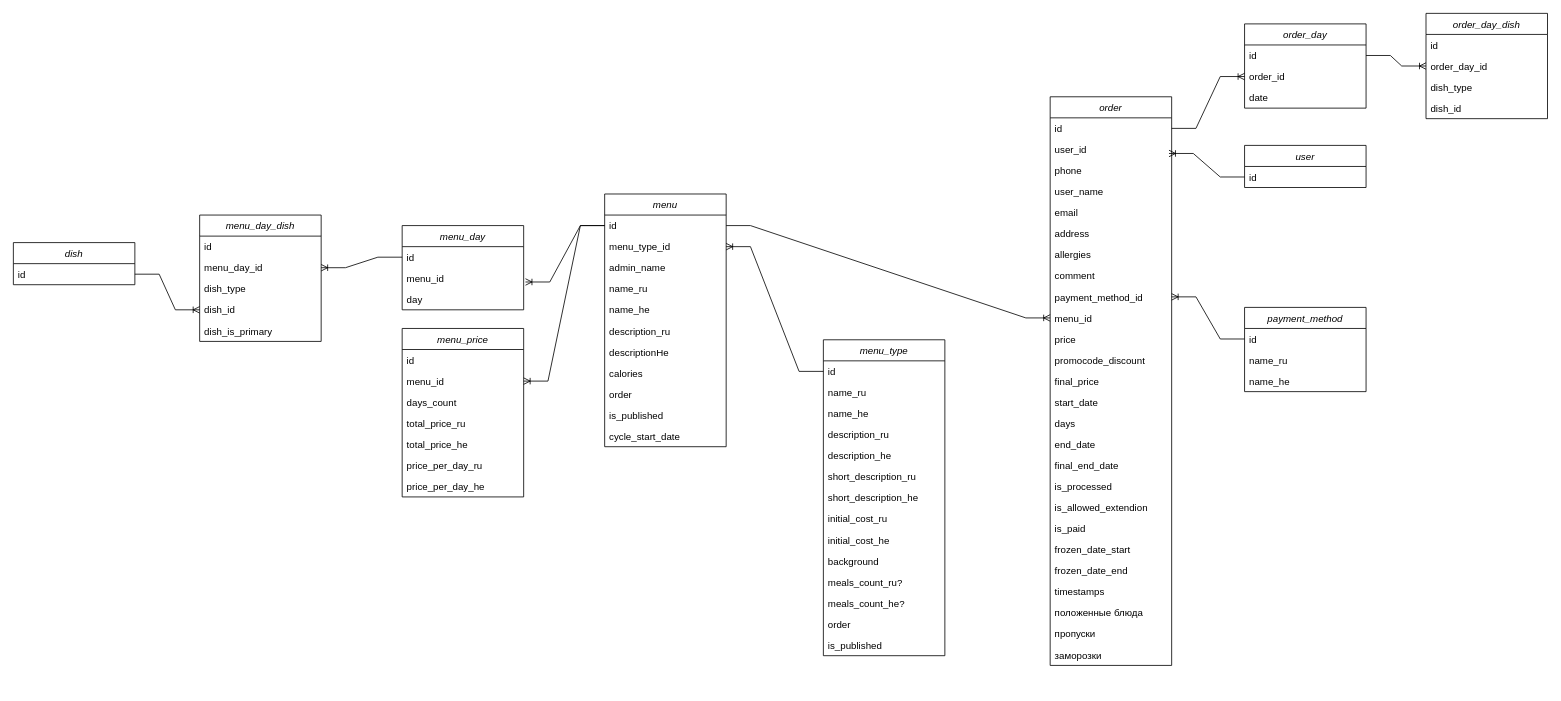
Above: er.drawio in xw1nchester/muscle-feed-backend (draw.io), before the change. Source tidied: cells renumbered, new cells numbered last; positions are measured from the earlier drawing's top-left corner, leaving out a move shared by most shapes. Both pictures are drawn from the tidied source at 81%, with x=0, y=0 at pixel (13, 13).
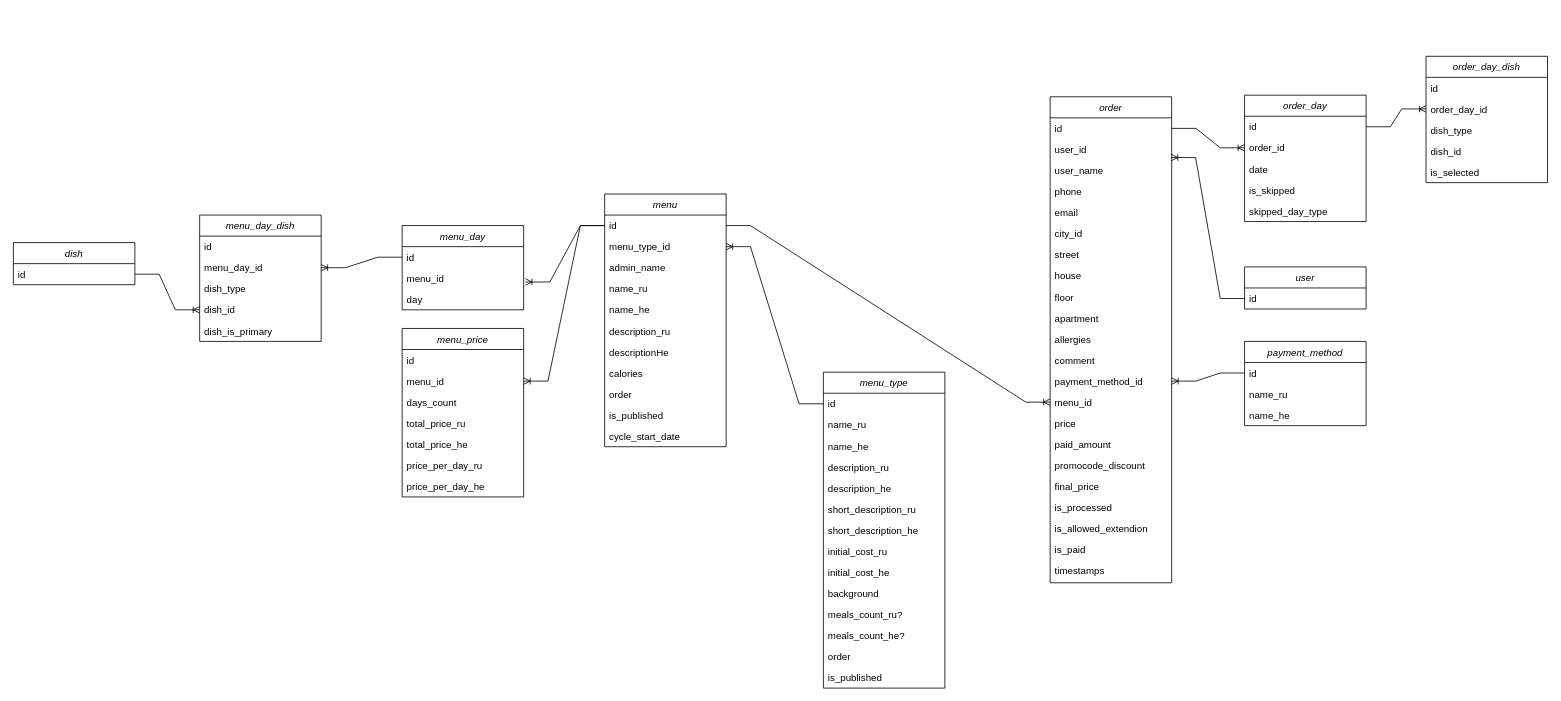
The same diagram, later.

Unchanged cells that the change refers to:
```xml
<mxCell id="46" value="id" style="text;align=left;verticalAlign=top;spacingLeft=4;spacingRight=4;overflow=hidden;points=[[0,0.5],[1,0.5]];portConstraint=eastwest;" parent="45" vertex="1">
  <mxGeometry y="26" width="150" height="26" as="geometry" />
</mxCell>
<mxCell id="49" value="user_id" style="text;align=left;verticalAlign=top;spacingLeft=4;spacingRight=4;overflow=hidden;points=[[0,0.5],[1,0.5]];portConstraint=eastwest;" parent="47" vertex="1">
  <mxGeometry y="52" width="150" height="26" as="geometry" />
</mxCell>
```

The edit, as a diff of the source:
```diff
@@
     <mxCell id="29" value="menu_type" style="swimlane;fontStyle=2;align=center;verticalAlign=top;horizontal=1;startSize=26;rounded=0;shadow=0;strokeWidth=1;" parent="1" vertex="1">
-      <mxGeometry x="1000" y="403" width="150" height="390" as="geometry" />
+      <mxGeometry x="1000" y="443" width="150" height="390" as="geometry" />
     </mxCell>
@@
     <mxCell id="45" value="user" style="swimlane;fontStyle=2;align=center;verticalAlign=top;horizontal=1;startSize=26;rounded=0;shadow=0;strokeWidth=1;" parent="1" vertex="1">
-      <mxGeometry x="1520" y="163" width="150" height="52" as="geometry" />
+      <mxGeometry x="1520" y="313" width="150" height="52" as="geometry" />
     </mxCell>
@@
     <mxCell id="47" value="order" style="swimlane;fontStyle=2;align=center;verticalAlign=top;horizontal=1;startSize=26;rounded=0;shadow=0;strokeWidth=1;" parent="1" vertex="1">
-      <mxGeometry x="1280" y="103" width="150" height="702" as="geometry" />
+      <mxGeometry x="1280" y="103" width="150" height="600" as="geometry" />
     </mxCell>
@@
+    <mxCell id="51" value="user_name" style="text;align=left;verticalAlign=top;spacingLeft=4;spacingRight=4;overflow=hidden;" parent="47" vertex="1">
+      <mxGeometry y="78" width="150" height="26" as="geometry" />
+    </mxCell>
     <mxCell id="50" value="phone" style="text;align=left;verticalAlign=top;spacingLeft=4;spacingRight=4;overflow=hidden;" parent="47" vertex="1">
-      <mxGeometry y="78" width="150" height="26" as="geometry" />
+      <mxGeometry y="104" width="150" height="26" as="geometry" />
     </mxCell>
-    <mxCell id="51" value="user_name" style="text;align=left;verticalAlign=top;spacingLeft=4;spacingRight=4;overflow=hidden;" parent="47" vertex="1">
-      <mxGeometry y="104" width="150" height="26" as="geometry" />
-    </mxCell>
@@
-    <mxCell id="53" value="address" style="text;align=left;verticalAlign=top;spacingLeft=4;spacingRight=4;overflow=hidden;" parent="47" vertex="1">
+    <mxCell id="53" value="city_id" style="text;align=left;verticalAlign=top;spacingLeft=4;spacingRight=4;overflow=hidden;" parent="47" vertex="1">
       <mxGeometry y="156" width="150" height="26" as="geometry" />
     </mxCell>
+    <mxCell id="101" value="street" style="text;align=left;verticalAlign=top;spacingLeft=4;spacingRight=4;overflow=hidden;" parent="47" vertex="1">
+      <mxGeometry y="182" width="150" height="26" as="geometry" />
+    </mxCell>
+    <mxCell id="102" value="house" style="text;align=left;verticalAlign=top;spacingLeft=4;spacingRight=4;overflow=hidden;" parent="47" vertex="1">
+      <mxGeometry y="208" width="150" height="26" as="geometry" />
+    </mxCell>
+    <mxCell id="103" value="floor" style="text;align=left;verticalAlign=top;spacingLeft=4;spacingRight=4;overflow=hidden;" parent="47" vertex="1">
+      <mxGeometry y="234" width="150" height="26" as="geometry" />
+    </mxCell>
+    <mxCell id="104" value="apartment" style="text;align=left;verticalAlign=top;spacingLeft=4;spacingRight=4;overflow=hidden;" parent="47" vertex="1">
+      <mxGeometry y="260" width="150" height="26" as="geometry" />
+    </mxCell>
     <mxCell id="54" value="allergies" style="text;align=left;verticalAlign=top;spacingLeft=4;spacingRight=4;overflow=hidden;" parent="47" vertex="1">
-      <mxGeometry y="182" width="150" height="26" as="geometry" />
+      <mxGeometry y="286" width="150" height="26" as="geometry" />
     </mxCell>
     <mxCell id="55" value="comment" style="text;align=left;verticalAlign=top;spacingLeft=4;spacingRight=4;overflow=hidden;" parent="47" vertex="1">
-      <mxGeometry y="208" width="150" height="26" as="geometry" />
+      <mxGeometry y="312" width="150" height="26" as="geometry" />
     </mxCell>
     <mxCell id="56" value="payment_method_id" style="text;align=left;verticalAlign=top;spacingLeft=4;spacingRight=4;overflow=hidden;points=[[0,0.5],[1,0.5]];portConstraint=eastwest;" parent="47" vertex="1">
-      <mxGeometry y="234" width="150" height="26" as="geometry" />
+      <mxGeometry y="338" width="150" height="26" as="geometry" />
     </mxCell>
     <mxCell id="57" value="menu_id" style="text;align=left;verticalAlign=top;spacingLeft=4;spacingRight=4;overflow=hidden;points=[[0,0.5],[1,0.5]];portConstraint=eastwest;" parent="47" vertex="1">
-      <mxGeometry y="260" width="150" height="26" as="geometry" />
+      <mxGeometry y="364" width="150" height="26" as="geometry" />
     </mxCell>
     <mxCell id="58" value="price" style="text;align=left;verticalAlign=top;spacingLeft=4;spacingRight=4;overflow=hidden;" parent="47" vertex="1">
-      <mxGeometry y="286" width="150" height="26" as="geometry" />
+      <mxGeometry y="390" width="150" height="26" as="geometry" />
     </mxCell>
+    <mxCell id="105" value="paid_amount" style="text;align=left;verticalAlign=top;spacingLeft=4;spacingRight=4;overflow=hidden;" parent="47" vertex="1">
+      <mxGeometry y="416" width="150" height="26" as="geometry" />
+    </mxCell>
     <mxCell id="59" value="promocode_discount" style="text;align=left;verticalAlign=top;spacingLeft=4;spacingRight=4;overflow=hidden;" parent="47" vertex="1">
-      <mxGeometry y="312" width="150" height="26" as="geometry" />
+      <mxGeometry y="442" width="150" height="26" as="geometry" />
     </mxCell>
     <mxCell id="60" value="final_price" style="text;align=left;verticalAlign=top;spacingLeft=4;spacingRight=4;overflow=hidden;" parent="47" vertex="1">
-      <mxGeometry y="338" width="150" height="26" as="geometry" />
+      <mxGeometry y="468" width="150" height="26" as="geometry" />
     </mxCell>
-    <mxCell id="61" value="start_date" style="text;align=left;verticalAlign=top;spacingLeft=4;spacingRight=4;overflow=hidden;" parent="47" vertex="1">
-      <mxGeometry y="364" width="150" height="26" as="geometry" />
-    </mxCell>
-    <mxCell id="62" value="days" style="text;align=left;verticalAlign=top;spacingLeft=4;spacingRight=4;overflow=hidden;" parent="47" vertex="1">
-      <mxGeometry y="390" width="150" height="26" as="geometry" />
-    </mxCell>
-    <mxCell id="63" value="end_date" style="text;align=left;verticalAlign=top;spacingLeft=4;spacingRight=4;overflow=hidden;" parent="47" vertex="1">
-      <mxGeometry y="416" width="150" height="26" as="geometry" />
-    </mxCell>
-    <mxCell id="64" value="final_end_date" style="text;align=left;verticalAlign=top;spacingLeft=4;spacingRight=4;overflow=hidden;" parent="47" vertex="1">
-      <mxGeometry y="442" width="150" height="26" as="geometry" />
-    </mxCell>
     <mxCell id="65" value="is_processed" style="text;align=left;verticalAlign=top;spacingLeft=4;spacingRight=4;overflow=hidden;" parent="47" vertex="1">
-      <mxGeometry y="468" width="150" height="26" as="geometry" />
+      <mxGeometry y="494" width="150" height="26" as="geometry" />
     </mxCell>
     <mxCell id="66" value="is_allowed_extendion" style="text;align=left;verticalAlign=top;spacingLeft=4;spacingRight=4;overflow=hidden;" parent="47" vertex="1">
-      <mxGeometry y="494" width="150" height="26" as="geometry" />
+      <mxGeometry y="520" width="150" height="26" as="geometry" />
     </mxCell>
     <mxCell id="67" value="is_paid" style="text;align=left;verticalAlign=top;spacingLeft=4;spacingRight=4;overflow=hidden;" parent="47" vertex="1">
-      <mxGeometry y="520" width="150" height="26" as="geometry" />
+      <mxGeometry y="546" width="150" height="26" as="geometry" />
     </mxCell>
-    <mxCell id="68" value="frozen_date_start" style="text;align=left;verticalAlign=top;spacingLeft=4;spacingRight=4;overflow=hidden;" parent="47" vertex="1">
-      <mxGeometry y="546" width="150" height="26" as="geometry" />
-    </mxCell>
-    <mxCell id="69" value="frozen_date_end" style="text;align=left;verticalAlign=top;spacingLeft=4;spacingRight=4;overflow=hidden;" parent="47" vertex="1">
-      <mxGeometry y="572" width="150" height="26" as="geometry" />
-    </mxCell>
     <mxCell id="70" value="timestamps" style="text;align=left;verticalAlign=top;spacingLeft=4;spacingRight=4;overflow=hidden;" parent="47" vertex="1">
-      <mxGeometry y="598" width="150" height="26" as="geometry" />
+      <mxGeometry y="572" width="150" height="26" as="geometry" />
     </mxCell>
-    <mxCell id="71" value="положенные блюда" style="text;align=left;verticalAlign=top;spacingLeft=4;spacingRight=4;overflow=hidden;" parent="47" vertex="1">
-      <mxGeometry y="624" width="150" height="26" as="geometry" />
-    </mxCell>
-    <mxCell id="72" value="пропуски" style="text;align=left;verticalAlign=top;spacingLeft=4;spacingRight=4;overflow=hidden;" parent="47" vertex="1">
-      <mxGeometry y="650" width="150" height="26" as="geometry" />
-    </mxCell>
-    <mxCell id="73" value="заморозки" style="text;align=left;verticalAlign=top;spacingLeft=4;spacingRight=4;overflow=hidden;" parent="47" vertex="1">
-      <mxGeometry y="676" width="150" height="26" as="geometry" />
-    </mxCell>
     <mxCell id="74" value="payment_method" style="swimlane;fontStyle=2;align=center;verticalAlign=top;horizontal=1;startSize=26;rounded=0;shadow=0;strokeWidth=1;" parent="1" vertex="1">
-      <mxGeometry x="1520" y="363" width="150" height="104" as="geometry" />
+      <mxGeometry x="1520" y="405" width="150" height="104" as="geometry" />
     </mxCell>
@@
-    <mxCell id="79" style="edgeStyle=entityRelationEdgeStyle;fontSize=12;html=1;endArrow=ERoneToMany;rounded=0;entryX=0.978;entryY=0.691;entryDx=0;entryDy=0;entryPerimeter=0;exitX=0;exitY=0.5;exitDx=0;exitDy=0;" parent="1" edge="1" source="46" target="49">
+    <mxCell id="79" style="edgeStyle=entityRelationEdgeStyle;fontSize=12;html=1;endArrow=ERoneToMany;rounded=0;entryX=0.997;entryY=0.885;entryDx=0;entryDy=0;entryPerimeter=0;exitX=0;exitY=0.5;exitDx=0;exitDy=0;" parent="1" edge="1" source="46" target="49">
       <mxGeometry relative="1" as="geometry" />
     </mxCell>
@@
     <mxCell id="81" value="order_day" style="swimlane;fontStyle=2;align=center;verticalAlign=top;horizontal=1;startSize=26;rounded=0;shadow=0;strokeWidth=1;" parent="1" vertex="1">
-      <mxGeometry x="1520" y="13" width="150" height="104" as="geometry" />
+      <mxGeometry x="1520" y="101" width="150" height="156" as="geometry" />
     </mxCell>
@@
+    <mxCell id="106" value="is_skipped" style="text;align=left;verticalAlign=top;spacingLeft=4;spacingRight=4;overflow=hidden;" parent="81" vertex="1">
+      <mxGeometry y="104" width="150" height="26" as="geometry" />
+    </mxCell>
+    <mxCell id="107" value="skipped_day_type" style="text;align=left;verticalAlign=top;spacingLeft=4;spacingRight=4;overflow=hidden;" parent="81" vertex="1">
+      <mxGeometry y="130" width="150" height="26" as="geometry" />
+    </mxCell>
     <mxCell id="85" value="order_day_dish" style="swimlane;fontStyle=2;align=center;verticalAlign=top;horizontal=1;startSize=26;rounded=0;shadow=0;strokeWidth=1;" parent="1" vertex="1">
-      <mxGeometry x="1744" width="150" height="130" as="geometry" />
+      <mxGeometry x="1744" y="53" width="150" height="156" as="geometry" />
     </mxCell>
@@
+    <mxCell id="108" value="is_selected" style="text;align=left;verticalAlign=top;spacingLeft=4;spacingRight=4;overflow=hidden;" parent="85" vertex="1">
+      <mxGeometry y="130" width="150" height="26" as="geometry" />
+    </mxCell>
```
